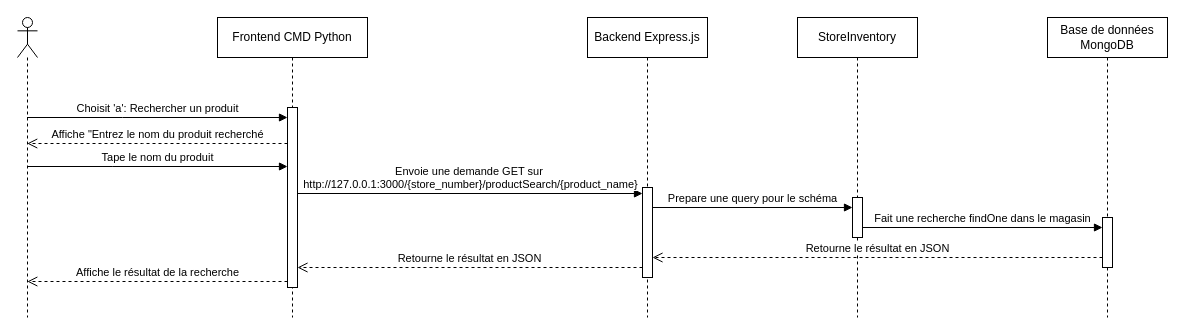
PraMaks/LOG430_Labo_0 keeps this draw.io diagram as docs/UML/Vues_de_processus/diag_rechercher_produit.drawio. Above is the earlier version. Source tidied: cells renumbered, new cells numbered last; positions are measured from the earlier drawing's top-left corner, leaving out a move shared by most shapes. Both pictures are drawn from the tidied source at 100%, with x=0, y=0 at pixel (17, 17).
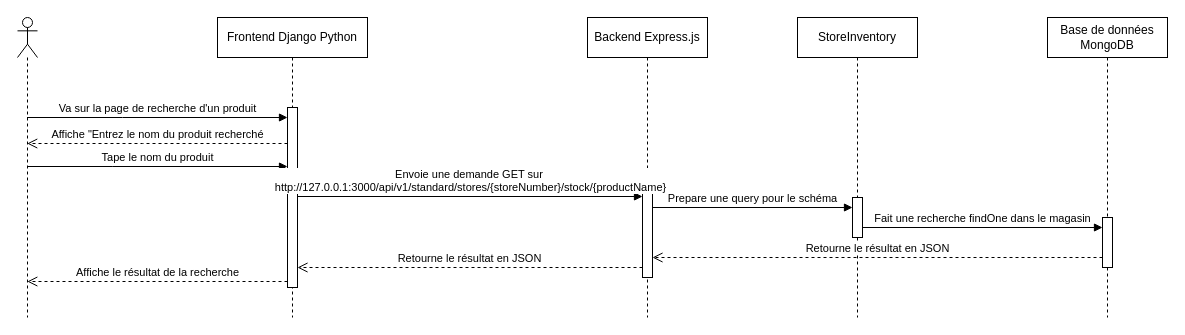
The same page after the edit.

Unchanged cells that the change refers to:
```xml
<mxCell id="3" style="html=1;points=[];perimeter=orthogonalPerimeter;outlineConnect=0;targetShapes=umlLifeline;portConstraint=eastwest;newEdgeStyle={&quot;edgeStyle&quot;:&quot;elbowEdgeStyle&quot;,&quot;elbow&quot;:&quot;vertical&quot;,&quot;curved&quot;:0,&quot;rounded&quot;:0};" parent="2" vertex="1">
  <mxGeometry x="70" y="90" width="10" height="180" as="geometry" />
</mxCell>
<mxCell id="6" style="shape=umlLifeline;perimeter=lifelinePerimeter;whiteSpace=wrap;html=1;outlineConnect=0;portConstraint=eastwest;newEdgeStyle={&quot;curved&quot;:0,&quot;rounded&quot;:0};participant=umlActor;" parent="1" vertex="1">
  <mxGeometry width="20" height="300" as="geometry" />
</mxCell>
```

What changed in the source:
```diff
@@
-    <mxCell id="2" value="Frontend CMD Python" style="shape=umlLifeline;perimeter=lifelinePerimeter;whiteSpace=wrap;html=1;newEdgeStyle={&quot;edgeStyle&quot;:&quot;elbowEdgeStyle&quot;,&quot;elbow&quot;:&quot;vertical&quot;,&quot;curved&quot;:0,&quot;rounded&quot;:0};" parent="1" vertex="1">
+    <mxCell id="2" value="Frontend Django Python" style="shape=umlLifeline;perimeter=lifelinePerimeter;whiteSpace=wrap;html=1;newEdgeStyle={&quot;edgeStyle&quot;:&quot;elbowEdgeStyle&quot;,&quot;elbow&quot;:&quot;vertical&quot;,&quot;curved&quot;:0,&quot;rounded&quot;:0};" parent="1" vertex="1">
       <mxGeometry x="200" width="150" height="300" as="geometry" />
     </mxCell>
@@
-    <mxCell id="4" value="Choisit 'a': Rechercher un produit" style="html=1;verticalAlign=bottom;endArrow=block;edgeStyle=elbowEdgeStyle;elbow=vertical;curved=0;rounded=0;" parent="1" edge="1" source="6" target="3">
+    <mxCell id="4" value="Va sur la page de recherche d'un produit" style="html=1;verticalAlign=bottom;endArrow=block;edgeStyle=elbowEdgeStyle;elbow=vertical;curved=0;rounded=0;" parent="1" edge="1" source="6" target="3">
       <mxGeometry relative="1" as="geometry">
         <Array as="points">
           <mxPoint x="105" y="100" />
         </Array>
       </mxGeometry>
     </mxCell>
@@
-    <mxCell id="14" value="Envoie une demande GET sur&amp;nbsp;&lt;div&gt;http://127.0.0.1:3000/{store_number}/productSearch/{product_name}&lt;/div&gt;" style="html=1;verticalAlign=bottom;endArrow=block;edgeStyle=elbowEdgeStyle;elbow=vertical;curved=0;rounded=0;" parent="1" edge="1" source="3">
+    <mxCell id="14" value="Envoie une demande GET sur&amp;nbsp;&lt;div&gt;http://127.0.0.1:3000/api/v1/standard/stores/{storeNumber}/stock/{productName}&lt;/div&gt;" style="html=1;verticalAlign=bottom;endArrow=block;edgeStyle=elbowEdgeStyle;elbow=vertical;curved=0;rounded=0;" parent="1" edge="1">
       <mxGeometry relative="1" as="geometry">
-        <mxPoint x="625" y="176" as="targetPoint" />
+        <mxPoint x="280" y="179" as="sourcePoint" />
+        <mxPoint x="625" y="179" as="targetPoint" />
         <Array as="points">
-          <mxPoint x="385.5" y="176" />
+          <mxPoint x="385.5" y="179" />
         </Array>
       </mxGeometry>
     </mxCell>
```
